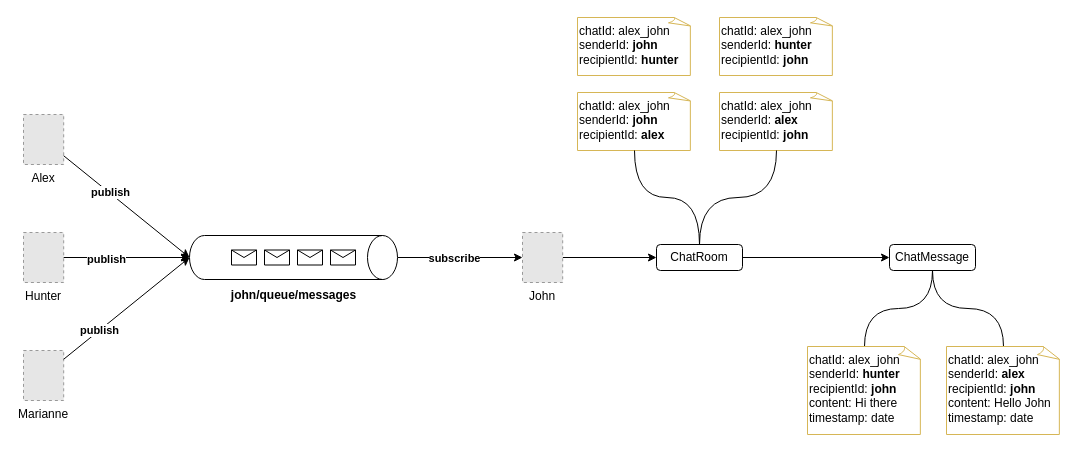
Earlier version of the draw.io diagram page "2-chat-websocket-flow" (3 of 5) of websocket-one-to-one-chat.drawio (ria-19/Chat-application-). Source tidied: cells renumbered, new cells numbered last; positions are measured from the earlier drawing's top-left corner, leaving out a move shared by most shapes. Both pictures are drawn from the tidied source at 100%, with x=0, y=0 at pixel (23, 17). Pictures stored in the file or linked from it are replaced by grey dashed boxes.
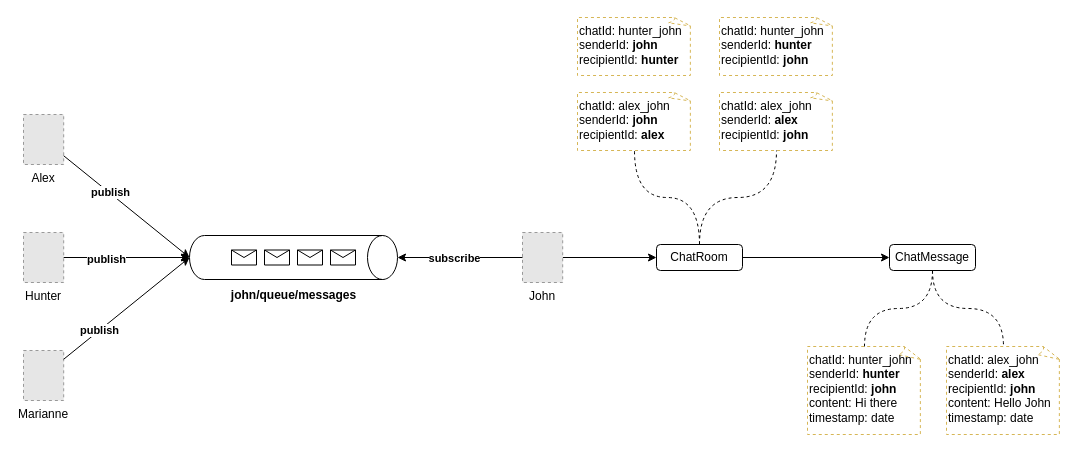
The same diagram, later.

Unchanged cells that the change refers to:
```xml
<mxCell id="4" value="John" style="fillColor=#E6E6E6;strokeColor=#999999;dashed=1;verticalLabelPosition=bottom;labelBackgroundColor=default;verticalAlign=top;" parent="1" vertex="1">
  <mxGeometry x="499" y="215" width="40.2" height="50" as="geometry" />
</mxCell>
<mxCell id="7" style="shape=cylinder3;whiteSpace=wrap;html=1;boundedLbl=1;backgroundOutline=1;size=15;rotation=90;" parent="1" vertex="1">
  <mxGeometry x="248" y="136" width="44" height="208" as="geometry" />
</mxCell>
<mxCell id="23" value="ChatRoom" style="rounded=1;whiteSpace=wrap;html=1;" parent="1" vertex="1">
  <mxGeometry x="633" y="227" width="86" height="26" as="geometry" />
</mxCell>
<mxCell id="26" value="ChatMessage" style="rounded=1;whiteSpace=wrap;html=1;" parent="1" vertex="1">
  <mxGeometry x="866" y="227" width="86" height="26" as="geometry" />
</mxCell>
```

Diff of the diagram source:
```diff
@@
-    <mxCell id="5" style="edgeStyle=orthogonalEdgeStyle;rounded=0;jettySize=auto;html=1;entryX=0;entryY=0.5;entryDx=0;entryDy=0;" parent="1" edge="1" source="7" target="4">
+    <mxCell id="5" style="edgeStyle=orthogonalEdgeStyle;rounded=0;jettySize=auto;html=1;entryX=0;entryY=0.5;entryDx=0;entryDy=0;endArrow=none;endFill=0;startArrow=classic;startFill=1;" parent="1" edge="1" source="7" target="4">
       <mxGeometry relative="1" as="geometry" />
     </mxCell>
@@
-    <mxCell id="24" style="edgeStyle=orthogonalEdgeStyle;rounded=0;jettySize=auto;html=1;curved=1;endArrow=none;endFill=0;" parent="1" edge="1" source="26" target="32">
+    <mxCell id="24" style="edgeStyle=orthogonalEdgeStyle;rounded=0;jettySize=auto;html=1;curved=1;endArrow=none;endFill=0;dashed=1;" parent="1" edge="1" source="26" target="32">
       <mxGeometry relative="1" as="geometry" />
     </mxCell>
-    <mxCell id="25" style="edgeStyle=orthogonalEdgeStyle;rounded=0;jettySize=auto;html=1;endArrow=none;endFill=0;curved=1;" parent="1" edge="1" source="26" target="31">
+    <mxCell id="25" style="edgeStyle=orthogonalEdgeStyle;rounded=0;jettySize=auto;html=1;endArrow=none;endFill=0;curved=1;dashed=1;" parent="1" edge="1" source="26" target="31">
       <mxGeometry relative="1" as="geometry" />
     </mxCell>
@@
-    <mxCell id="27" value="chatId: alex_john&lt;br&gt;senderId: &lt;b&gt;alex&lt;/b&gt;&lt;br&gt;recipientId: &lt;b&gt;john&lt;/b&gt;" style="whiteSpace=wrap;html=1;shape=mxgraph.basic.document;align=left;verticalAlign=top;fillColor=none;strokeColor=#d6b656;" parent="1" vertex="1">
+    <mxCell id="27" value="chatId: alex_john&lt;br&gt;senderId: &lt;b&gt;alex&lt;/b&gt;&lt;br&gt;recipientId: &lt;b&gt;john&lt;/b&gt;" style="whiteSpace=wrap;html=1;shape=mxgraph.basic.document;align=left;verticalAlign=top;fillColor=none;strokeColor=#d6b656;dashed=1;" parent="1" vertex="1">
       <mxGeometry x="696" y="75" width="114" height="58" as="geometry" />
     </mxCell>
-    <mxCell id="28" value="chatId: alex_john&lt;br&gt;senderId: &lt;b&gt;john&lt;/b&gt;&lt;br&gt;recipientId: &lt;b&gt;alex&lt;/b&gt;" style="whiteSpace=wrap;html=1;shape=mxgraph.basic.document;align=left;verticalAlign=top;fillColor=none;strokeColor=#d6b656;" parent="1" vertex="1">
+    <mxCell id="28" value="chatId: alex_john&lt;br&gt;senderId: &lt;b&gt;john&lt;/b&gt;&lt;br&gt;recipientId: &lt;b&gt;alex&lt;/b&gt;" style="whiteSpace=wrap;html=1;shape=mxgraph.basic.document;align=left;verticalAlign=top;fillColor=none;strokeColor=#d6b656;dashed=1;" parent="1" vertex="1">
       <mxGeometry x="554" y="75" width="114" height="58" as="geometry" />
     </mxCell>
-    <mxCell id="29" style="edgeStyle=orthogonalEdgeStyle;rounded=0;jettySize=auto;html=1;entryX=0.5;entryY=1;entryDx=0;entryDy=0;entryPerimeter=0;curved=1;endArrow=none;endFill=0;" parent="1" edge="1" source="23" target="28">
+    <mxCell id="29" style="edgeStyle=orthogonalEdgeStyle;rounded=0;jettySize=auto;html=1;entryX=0.5;entryY=1;entryDx=0;entryDy=0;entryPerimeter=0;curved=1;endArrow=none;endFill=0;dashed=1;" parent="1" edge="1" source="23" target="28">
       <mxGeometry relative="1" as="geometry" />
     </mxCell>
-    <mxCell id="30" style="edgeStyle=orthogonalEdgeStyle;rounded=0;jettySize=auto;html=1;entryX=0.5;entryY=1;entryDx=0;entryDy=0;entryPerimeter=0;curved=1;endArrow=none;endFill=0;" parent="1" edge="1" source="23" target="27">
+    <mxCell id="30" style="edgeStyle=orthogonalEdgeStyle;rounded=0;jettySize=auto;html=1;entryX=0.5;entryY=1;entryDx=0;entryDy=0;entryPerimeter=0;curved=1;endArrow=none;endFill=0;dashed=1;" parent="1" edge="1" source="23" target="27">
       <mxGeometry relative="1" as="geometry" />
     </mxCell>
-    <mxCell id="31" value="chatId: alex_john&lt;br&gt;senderId: &lt;b&gt;alex&lt;/b&gt;&lt;br&gt;recipientId: &lt;b&gt;john&lt;/b&gt;&lt;br&gt;content: Hello John&lt;br&gt;timestamp: date" style="whiteSpace=wrap;html=1;shape=mxgraph.basic.document;align=left;verticalAlign=top;fillColor=none;strokeColor=#d6b656;" parent="1" vertex="1">
+    <mxCell id="31" value="chatId: alex_john&lt;br&gt;senderId: &lt;b&gt;alex&lt;/b&gt;&lt;br&gt;recipientId: &lt;b&gt;john&lt;/b&gt;&lt;br&gt;content: Hello John&lt;br&gt;timestamp: date" style="whiteSpace=wrap;html=1;shape=mxgraph.basic.document;align=left;verticalAlign=top;fillColor=none;strokeColor=#d6b656;dashed=1;" parent="1" vertex="1">
       <mxGeometry x="923" y="329" width="114" height="88" as="geometry" />
     </mxCell>
-    <mxCell id="32" value="chatId: alex_john&lt;br&gt;senderId: &lt;b&gt;hunter&lt;/b&gt;&lt;br&gt;recipientId: &lt;b&gt;john&lt;/b&gt;&lt;br&gt;content: Hi there&lt;br&gt;timestamp: date" style="whiteSpace=wrap;html=1;shape=mxgraph.basic.document;align=left;verticalAlign=top;fillColor=none;strokeColor=#d6b656;" parent="1" vertex="1">
+    <mxCell id="32" value="chatId: hunter_john&lt;br&gt;senderId: &lt;b&gt;hunter&lt;/b&gt;&lt;br&gt;recipientId: &lt;b&gt;john&lt;/b&gt;&lt;br&gt;content: Hi there&lt;br&gt;timestamp: date" style="whiteSpace=wrap;html=1;shape=mxgraph.basic.document;align=left;verticalAlign=top;fillColor=none;strokeColor=#d6b656;dashed=1;" parent="1" vertex="1">
       <mxGeometry x="784" y="329" width="114" height="88" as="geometry" />
     </mxCell>
-    <mxCell id="33" value="chatId: alex_john&lt;br&gt;senderId: &lt;b&gt;hunter&lt;/b&gt;&lt;br&gt;recipientId: &lt;b&gt;john&lt;/b&gt;" style="whiteSpace=wrap;html=1;shape=mxgraph.basic.document;align=left;verticalAlign=top;fillColor=none;strokeColor=#d6b656;" parent="1" vertex="1">
+    <mxCell id="33" value="chatId: hunter_john&lt;br&gt;senderId: &lt;b&gt;hunter&lt;/b&gt;&lt;br&gt;recipientId: &lt;b&gt;john&lt;/b&gt;" style="whiteSpace=wrap;html=1;shape=mxgraph.basic.document;align=left;verticalAlign=top;fillColor=none;strokeColor=#d6b656;dashed=1;" parent="1" vertex="1">
       <mxGeometry x="696" width="114" height="58" as="geometry" />
     </mxCell>
-    <mxCell id="34" value="chatId: alex_john&lt;br&gt;senderId: &lt;b&gt;john&lt;/b&gt;&lt;br&gt;recipientId: &lt;b&gt;hunter&lt;/b&gt;" style="whiteSpace=wrap;html=1;shape=mxgraph.basic.document;align=left;verticalAlign=top;fillColor=none;strokeColor=#d6b656;" parent="1" vertex="1">
+    <mxCell id="34" value="chatId: hunter_john&lt;br&gt;senderId: &lt;b&gt;john&lt;/b&gt;&lt;br&gt;recipientId: &lt;b&gt;hunter&lt;/b&gt;" style="whiteSpace=wrap;html=1;shape=mxgraph.basic.document;align=left;verticalAlign=top;fillColor=none;strokeColor=#d6b656;dashed=1;" parent="1" vertex="1">
       <mxGeometry x="554" width="114" height="58" as="geometry" />
     </mxCell>
```
